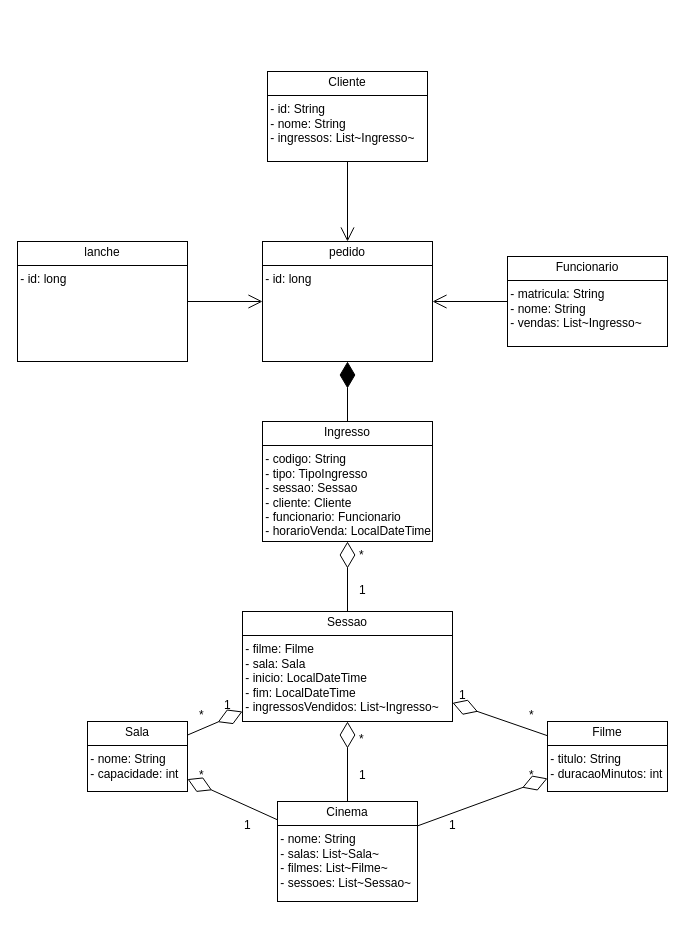
Above: src/Cinema.drawio in HugoParzival007/Cinema (draw.io), before the change. Source tidied: cells renumbered, new cells numbered last; positions are measured from the earlier drawing's top-left corner, leaving out a move shared by most shapes. Both pictures are drawn from the tidied source at 100%, with x=0, y=0 at pixel (17, 71).
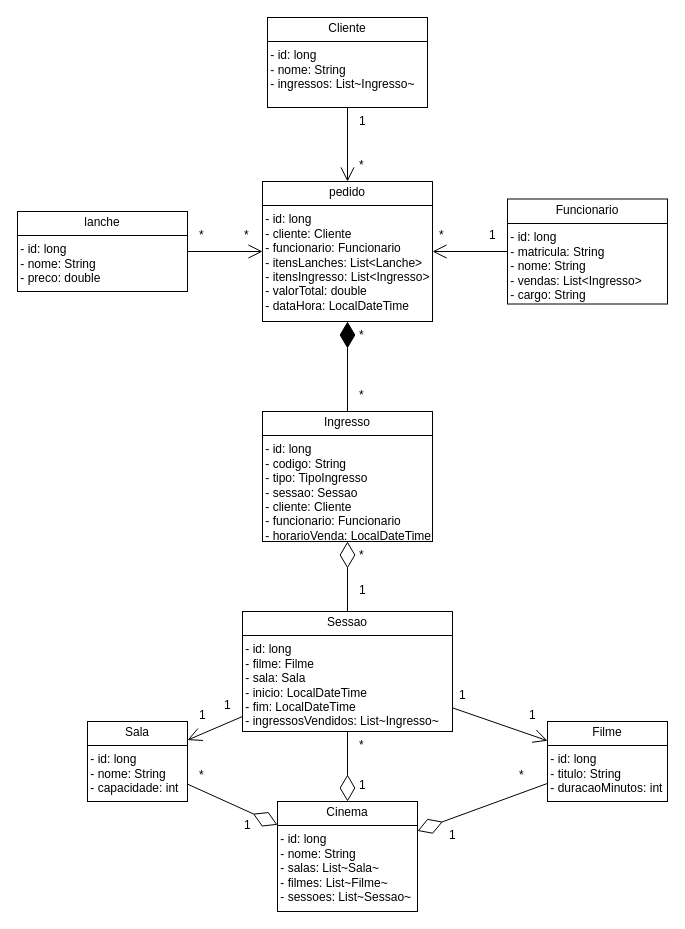
The same page after the edit.

The edit, as a diff of the source:
```diff
@@
-    <mxCell id="2" value="&lt;p style=&quot;margin:0px;margin-top:4px;text-align:center;&quot;&gt;Cliente&lt;/p&gt;&lt;hr size=&quot;1&quot; style=&quot;border-style:solid;&quot;&gt;&lt;div class=&quot;cm-line&quot;&gt;&amp;nbsp;- id: String&lt;/div&gt;&lt;div class=&quot;cm-line&quot;&gt;&amp;nbsp;- nome: String&lt;/div&gt;&lt;div class=&quot;cm-line&quot;&gt;&amp;nbsp;- ingressos: List~Ingresso~&lt;/div&gt;" style="verticalAlign=top;align=left;overflow=fill;html=1;whiteSpace=wrap;" parent="1" vertex="1">
-      <mxGeometry x="250" width="160" height="90" as="geometry" />
+    <mxCell id="2" value="&lt;p style=&quot;margin:0px;margin-top:4px;text-align:center;&quot;&gt;Cliente&lt;/p&gt;&lt;hr size=&quot;1&quot; style=&quot;border-style:solid;&quot;&gt;&lt;div class=&quot;cm-line&quot;&gt;&amp;nbsp;- id: long&lt;/div&gt;&lt;div class=&quot;cm-line&quot;&gt;&amp;nbsp;- nome: String&lt;/div&gt;&lt;div class=&quot;cm-line&quot;&gt;&amp;nbsp;- ingressos: List~Ingresso~&lt;/div&gt;" style="verticalAlign=top;align=left;overflow=fill;html=1;whiteSpace=wrap;" parent="1" vertex="1">
+      <mxGeometry x="250" y="-54" width="160" height="90" as="geometry" />
     </mxCell>
-    <mxCell id="3" value="&lt;p style=&quot;margin:0px;margin-top:4px;text-align:center;&quot;&gt;Filme&lt;/p&gt;&lt;hr size=&quot;1&quot; style=&quot;border-style:solid;&quot;&gt;&lt;div class=&quot;cm-line&quot;&gt;&amp;nbsp;- titulo: String&lt;/div&gt;&lt;div class=&quot;cm-line&quot;&gt;&amp;nbsp;- duracaoMinutos: int&lt;/div&gt;&lt;div class=&quot;cm-line&quot;&gt;&lt;br&gt;&lt;/div&gt;" style="verticalAlign=top;align=left;overflow=fill;html=1;whiteSpace=wrap;" parent="1" vertex="1">
-      <mxGeometry x="530" y="650" width="120" height="70" as="geometry" />
+    <mxCell id="3" value="&lt;p style=&quot;margin:0px;margin-top:4px;text-align:center;&quot;&gt;Filme&lt;/p&gt;&lt;hr size=&quot;1&quot; style=&quot;border-style:solid;&quot;&gt;&lt;div class=&quot;cm-line&quot;&gt;&amp;nbsp;- id: long&lt;/div&gt;&lt;div class=&quot;cm-line&quot;&gt;&amp;nbsp;- titulo: String&lt;/div&gt;&lt;div class=&quot;cm-line&quot;&gt;&amp;nbsp;- duracaoMinutos: int&lt;/div&gt;&lt;div class=&quot;cm-line&quot;&gt;&lt;br&gt;&lt;/div&gt;" style="verticalAlign=top;align=left;overflow=fill;html=1;whiteSpace=wrap;" parent="1" vertex="1">
+      <mxGeometry x="530" y="650" width="120" height="80" as="geometry" />
     </mxCell>
-    <mxCell id="4" value="&lt;p style=&quot;margin:0px;margin-top:4px;text-align:center;&quot;&gt;Sala&lt;/p&gt;&lt;hr size=&quot;1&quot; style=&quot;border-style:solid;&quot;&gt;&lt;div class=&quot;cm-line&quot;&gt;&amp;nbsp;- nome: String&lt;/div&gt;&lt;div class=&quot;cm-line&quot;&gt;&amp;nbsp;- capacidade: int&lt;/div&gt;" style="verticalAlign=top;align=left;overflow=fill;html=1;whiteSpace=wrap;" parent="1" vertex="1">
-      <mxGeometry x="70" y="650" width="100" height="70" as="geometry" />
+    <mxCell id="4" value="&lt;p style=&quot;margin:0px;margin-top:4px;text-align:center;&quot;&gt;Sala&lt;/p&gt;&lt;hr size=&quot;1&quot; style=&quot;border-style:solid;&quot;&gt;&lt;div class=&quot;cm-line&quot;&gt;&amp;nbsp;- id: long&lt;/div&gt;&lt;div class=&quot;cm-line&quot;&gt;&amp;nbsp;- nome: String&lt;/div&gt;&lt;div class=&quot;cm-line&quot;&gt;&amp;nbsp;- capacidade: int&lt;/div&gt;" style="verticalAlign=top;align=left;overflow=fill;html=1;whiteSpace=wrap;" parent="1" vertex="1">
+      <mxGeometry x="70" y="650" width="100" height="80" as="geometry" />
     </mxCell>
-    <mxCell id="5" value="&lt;p style=&quot;margin:0px;margin-top:4px;text-align:center;&quot;&gt;Sessao&lt;/p&gt;&lt;hr size=&quot;1&quot; style=&quot;border-style:solid;&quot;&gt;&lt;div class=&quot;cm-line&quot;&gt;&amp;nbsp;- filme: Filme&lt;/div&gt;&lt;div class=&quot;cm-line&quot;&gt;&amp;nbsp;- sala: Sala&lt;/div&gt;&lt;div class=&quot;cm-line&quot;&gt;&amp;nbsp;- inicio: LocalDateTime&lt;/div&gt;&lt;div class=&quot;cm-line&quot;&gt;&amp;nbsp;- fim: LocalDateTime&lt;/div&gt;&lt;div class=&quot;cm-line&quot;&gt;&amp;nbsp;- ingressosVendidos: List~Ingresso~&lt;/div&gt;" style="verticalAlign=top;align=left;overflow=fill;html=1;whiteSpace=wrap;" parent="1" vertex="1">
-      <mxGeometry x="225" y="540" width="210" height="110" as="geometry" />
+    <mxCell id="5" value="&lt;p style=&quot;margin:0px;margin-top:4px;text-align:center;&quot;&gt;Sessao&lt;/p&gt;&lt;hr size=&quot;1&quot; style=&quot;border-style:solid;&quot;&gt;&lt;div class=&quot;cm-line&quot;&gt;&amp;nbsp;- id: long&lt;/div&gt;&lt;div class=&quot;cm-line&quot;&gt;&amp;nbsp;- filme: Filme&lt;/div&gt;&lt;div class=&quot;cm-line&quot;&gt;&amp;nbsp;- sala: Sala&lt;/div&gt;&lt;div class=&quot;cm-line&quot;&gt;&amp;nbsp;- inicio: LocalDateTime&lt;/div&gt;&lt;div class=&quot;cm-line&quot;&gt;&amp;nbsp;- fim: LocalDateTime&lt;/div&gt;&lt;div class=&quot;cm-line&quot;&gt;&amp;nbsp;- ingressosVendidos: List~Ingresso~&lt;/div&gt;" style="verticalAlign=top;align=left;overflow=fill;html=1;whiteSpace=wrap;" parent="1" vertex="1">
+      <mxGeometry x="225" y="540" width="210" height="120" as="geometry" />
     </mxCell>
-    <mxCell id="6" value="&lt;p style=&quot;margin:0px;margin-top:4px;text-align:center;&quot;&gt;Ingresso&lt;/p&gt;&lt;hr size=&quot;1&quot; style=&quot;border-style:solid;&quot;&gt;&lt;div class=&quot;cm-line&quot;&gt;&amp;nbsp;- codigo: String&lt;/div&gt;&lt;div class=&quot;cm-line&quot;&gt;&amp;nbsp;- tipo: TipoIngresso&lt;/div&gt;&lt;div class=&quot;cm-line&quot;&gt;&amp;nbsp;- sessao: Sessao&lt;/div&gt;&lt;div class=&quot;cm-line&quot;&gt;&amp;nbsp;- cliente: Cliente&lt;/div&gt;&lt;div class=&quot;cm-line&quot;&gt;&amp;nbsp;- funcionario: Funcionario&lt;/div&gt;&lt;div class=&quot;cm-line&quot;&gt;&amp;nbsp;- horarioVenda: LocalDateTime&lt;/div&gt;" style="verticalAlign=top;align=left;overflow=fill;html=1;whiteSpace=wrap;" parent="1" vertex="1">
-      <mxGeometry x="245" y="350" width="170" height="120" as="geometry" />
+    <mxCell id="6" value="&lt;p style=&quot;margin:0px;margin-top:4px;text-align:center;&quot;&gt;Ingresso&lt;/p&gt;&lt;hr size=&quot;1&quot; style=&quot;border-style:solid;&quot;&gt;&lt;div class=&quot;cm-line&quot;&gt;&amp;nbsp;- id: long&lt;/div&gt;&lt;div class=&quot;cm-line&quot;&gt;&amp;nbsp;- codigo: String&lt;/div&gt;&lt;div class=&quot;cm-line&quot;&gt;&amp;nbsp;- tipo: TipoIngresso&lt;/div&gt;&lt;div class=&quot;cm-line&quot;&gt;&amp;nbsp;- sessao: Sessao&lt;/div&gt;&lt;div class=&quot;cm-line&quot;&gt;&amp;nbsp;- cliente: Cliente&lt;/div&gt;&lt;div class=&quot;cm-line&quot;&gt;&amp;nbsp;- funcionario: Funcionario&lt;/div&gt;&lt;div class=&quot;cm-line&quot;&gt;&amp;nbsp;- horarioVenda: LocalDateTime&lt;/div&gt;" style="verticalAlign=top;align=left;overflow=fill;html=1;whiteSpace=wrap;" parent="1" vertex="1">
+      <mxGeometry x="245" y="340" width="170" height="130" as="geometry" />
     </mxCell>
-    <mxCell id="7" value="&lt;p style=&quot;margin:0px;margin-top:4px;text-align:center;&quot;&gt;Funcionario&lt;/p&gt;&lt;hr size=&quot;1&quot; style=&quot;border-style:solid;&quot;&gt;&lt;div class=&quot;cm-line&quot;&gt;&amp;nbsp;- matricula: String&lt;/div&gt;&lt;div class=&quot;cm-line&quot;&gt;&amp;nbsp;- nome: String&lt;/div&gt;&lt;div class=&quot;cm-line&quot;&gt;&amp;nbsp;- vendas: List~Ingresso~&lt;/div&gt;" style="verticalAlign=top;align=left;overflow=fill;html=1;whiteSpace=wrap;" parent="1" vertex="1">
-      <mxGeometry x="490" y="185" width="160" height="90" as="geometry" />
+    <mxCell id="7" value="&lt;p style=&quot;margin:0px;margin-top:4px;text-align:center;&quot;&gt;Funcionario&lt;/p&gt;&lt;hr size=&quot;1&quot; style=&quot;border-style:solid;&quot;&gt;&lt;div class=&quot;cm-line&quot;&gt;&amp;nbsp;&lt;span style=&quot;background-color: transparent; color: light-dark(rgb(0, 0, 0), rgb(255, 255, 255));&quot;&gt;- id: long&lt;/span&gt;&lt;/div&gt;&lt;div class=&quot;cm-line&quot;&gt;&amp;nbsp;- matricula: String&lt;/div&gt;&lt;div class=&quot;cm-line&quot;&gt;&amp;nbsp;- nome: String&lt;/div&gt;&lt;div class=&quot;cm-line&quot;&gt;&amp;nbsp;- vendas: List&amp;lt;Ingresso&amp;gt;&lt;/div&gt;&lt;div class=&quot;cm-line&quot;&gt;&amp;nbsp;- cargo: String&lt;/div&gt;&lt;div class=&quot;cm-line&quot;&gt;&lt;br&gt;&lt;/div&gt;" style="verticalAlign=top;align=left;overflow=fill;html=1;whiteSpace=wrap;" parent="1" vertex="1">
+      <mxGeometry x="490" y="127.5" width="160" height="105" as="geometry" />
     </mxCell>
-    <mxCell id="8" value="&lt;p style=&quot;margin:0px;margin-top:4px;text-align:center;&quot;&gt;Cinema&lt;/p&gt;&lt;hr size=&quot;1&quot; style=&quot;border-style:solid;&quot;&gt;&lt;div class=&quot;cm-line&quot;&gt;&amp;nbsp;- nome: String&lt;/div&gt;&lt;div class=&quot;cm-line&quot;&gt;&amp;nbsp;- salas: List~Sala~&lt;/div&gt;&lt;div class=&quot;cm-line&quot;&gt;&amp;nbsp;- filmes: List~Filme~&lt;/div&gt;&lt;div class=&quot;cm-line&quot;&gt;&amp;nbsp;- sessoes: List~Sessao~&lt;/div&gt;" style="verticalAlign=top;align=left;overflow=fill;html=1;whiteSpace=wrap;" parent="1" vertex="1">
-      <mxGeometry x="260" y="730" width="140" height="100" as="geometry" />
+    <mxCell id="8" value="&lt;p style=&quot;margin:0px;margin-top:4px;text-align:center;&quot;&gt;Cinema&lt;/p&gt;&lt;hr size=&quot;1&quot; style=&quot;border-style:solid;&quot;&gt;&lt;div class=&quot;cm-line&quot;&gt;&amp;nbsp;- id: long&lt;/div&gt;&lt;div class=&quot;cm-line&quot;&gt;&amp;nbsp;- nome: String&lt;/div&gt;&lt;div class=&quot;cm-line&quot;&gt;&amp;nbsp;- salas: List~Sala~&lt;/div&gt;&lt;div class=&quot;cm-line&quot;&gt;&amp;nbsp;- filmes: List~Filme~&lt;/div&gt;&lt;div class=&quot;cm-line&quot;&gt;&amp;nbsp;- sessoes: List~Sessao~&lt;/div&gt;" style="verticalAlign=top;align=left;overflow=fill;html=1;whiteSpace=wrap;" parent="1" vertex="1">
+      <mxGeometry x="260" y="730" width="140" height="110" as="geometry" />
     </mxCell>
-    <mxCell id="9" style="endArrow=diamondThin;endFill=0;endSize=24;html=1;rounded=0;" parent="1" edge="1" source="8" target="4">
+    <mxCell id="9" style="endArrow=diamondThin;endFill=0;endSize=24;html=1;rounded=0;" parent="1" edge="1" source="4" target="8">
       <mxGeometry relative="1" as="geometry" />
     </mxCell>
-    <mxCell id="10" style="endArrow=diamondThin;endFill=0;endSize=24;html=1;rounded=0;" parent="1" edge="1" source="8" target="3">
+    <mxCell id="10" style="endArrow=diamondThin;endFill=0;endSize=24;html=1;rounded=0;" parent="1" edge="1" source="3" target="8">
       <mxGeometry relative="1" as="geometry" />
     </mxCell>
-    <mxCell id="11" style="endArrow=diamondThin;endFill=0;endSize=24;html=1;rounded=0;" parent="1" edge="1" source="8" target="5">
+    <mxCell id="11" style="endArrow=diamondThin;endFill=0;endSize=24;html=1;rounded=0;" parent="1" edge="1" source="5" target="8">
       <mxGeometry relative="1" as="geometry" />
     </mxCell>
@@
     <mxCell id="14" value="1" style="text;whiteSpace=wrap;html=1;" parent="1" vertex="1">
-      <mxGeometry x="430" y="740" width="40" height="40" as="geometry" />
+      <mxGeometry x="430" y="750" width="40" height="40" as="geometry" />
     </mxCell>
     <mxCell id="15" value="1" style="text;whiteSpace=wrap;html=1;" parent="1" vertex="1">
-      <mxGeometry x="340" y="690" width="40" height="40" as="geometry" />
+      <mxGeometry x="340" y="700" width="40" height="40" as="geometry" />
     </mxCell>
@@
-    <mxCell id="20" value="&#10;*&#10;&#10;" style="text;whiteSpace=wrap;html=1;" parent="1" vertex="1">
-      <mxGeometry x="340" y="640" width="40" height="40" as="geometry" />
+    <mxCell id="20" value="*" style="text;whiteSpace=wrap;html=1;" parent="1" vertex="1">
+      <mxGeometry x="340" y="660" width="40" height="40" as="geometry" />
     </mxCell>
     <mxCell id="21" value="*" style="text;whiteSpace=wrap;html=1;" parent="1" vertex="1">
-      <mxGeometry x="510" y="690" width="40" height="40" as="geometry" />
+      <mxGeometry x="500" y="690" width="40" height="40" as="geometry" />
     </mxCell>
-    <mxCell id="22" value="&lt;div&gt;*&lt;/div&gt;" style="text;whiteSpace=wrap;html=1;" parent="1" vertex="1">
+    <mxCell id="22" value="&lt;div&gt;1&lt;/div&gt;" style="text;whiteSpace=wrap;html=1;" parent="1" vertex="1">
       <mxGeometry x="510" y="630" width="40" height="40" as="geometry" />
     </mxCell>
-    <mxCell id="23" value="*" style="text;whiteSpace=wrap;html=1;" parent="1" vertex="1">
+    <mxCell id="23" value="1" style="text;whiteSpace=wrap;html=1;" parent="1" vertex="1">
       <mxGeometry x="180" y="630" width="40" height="40" as="geometry" />
     </mxCell>
@@
-    <mxCell id="25" value="&lt;p style=&quot;margin:0px;margin-top:4px;text-align:center;&quot;&gt;pedido&lt;/p&gt;&lt;hr size=&quot;1&quot; style=&quot;border-style:solid;&quot;&gt;&lt;div class=&quot;cm-line&quot;&gt;&amp;nbsp;- id: long&lt;/div&gt;" style="verticalAlign=top;align=left;overflow=fill;html=1;whiteSpace=wrap;" parent="1" vertex="1">
-      <mxGeometry x="245" y="170" width="170" height="120" as="geometry" />
+    <mxCell id="25" value="&lt;p style=&quot;margin:0px;margin-top:4px;text-align:center;&quot;&gt;pedido&lt;/p&gt;&lt;hr size=&quot;1&quot; style=&quot;border-style:solid;&quot;&gt;&lt;div class=&quot;cm-line&quot;&gt;&amp;nbsp;- id: long&lt;/div&gt;&lt;div class=&quot;cm-line&quot;&gt;&amp;nbsp;- cliente: Cliente&lt;/div&gt;&lt;div class=&quot;cm-line&quot;&gt;&amp;nbsp;- funcionario: Funcionario&lt;br&gt;&amp;nbsp;- itensLanches: List&amp;lt;Lanche&amp;gt;&lt;/div&gt;&lt;div class=&quot;cm-line&quot;&gt;&amp;nbsp;- itensIngresso: List&amp;lt;Ingresso&amp;gt;&lt;/div&gt;&lt;div class=&quot;cm-line&quot;&gt;&amp;nbsp;- valorTotal: double&lt;/div&gt;&lt;div class=&quot;cm-line&quot;&gt;&amp;nbsp;- dataHora: LocalDateTime&lt;/div&gt;&lt;div class=&quot;cm-line&quot;&gt;&lt;br&gt;&lt;/div&gt;" style="verticalAlign=top;align=left;overflow=fill;html=1;whiteSpace=wrap;" parent="1" vertex="1">
+      <mxGeometry x="245" y="110" width="170" height="140" as="geometry" />
     </mxCell>
@@
-    <mxCell id="29" value="&lt;p style=&quot;margin:0px;margin-top:4px;text-align:center;&quot;&gt;lanche&lt;/p&gt;&lt;hr size=&quot;1&quot; style=&quot;border-style:solid;&quot;&gt;&lt;div class=&quot;cm-line&quot;&gt;&amp;nbsp;- id: long&lt;/div&gt;" style="verticalAlign=top;align=left;overflow=fill;html=1;whiteSpace=wrap;" parent="1" vertex="1">
-      <mxGeometry y="170" width="170" height="120" as="geometry" />
+    <mxCell id="29" value="&lt;p style=&quot;margin:0px;margin-top:4px;text-align:center;&quot;&gt;lanche&lt;/p&gt;&lt;hr size=&quot;1&quot; style=&quot;border-style:solid;&quot;&gt;&lt;div class=&quot;cm-line&quot;&gt;&amp;nbsp;- id: long&lt;/div&gt;&lt;div class=&quot;cm-line&quot;&gt;&amp;nbsp;- nome: String&lt;/div&gt;&lt;div class=&quot;cm-line&quot;&gt;&amp;nbsp;- preco: double&lt;br&gt;&lt;br&gt;&lt;/div&gt;" style="verticalAlign=top;align=left;overflow=fill;html=1;whiteSpace=wrap;" parent="1" vertex="1">
+      <mxGeometry y="140" width="170" height="80" as="geometry" />
     </mxCell>
@@
-    <mxCell id="31" style="endArrow=diamondThin;endFill=0;endSize=24;html=1;rounded=0;" parent="1" edge="1" source="4" target="5">
-      <mxGeometry relative="1" as="geometry" />
-    </mxCell>
-    <mxCell id="32" style="endArrow=diamondThin;endFill=0;endSize=24;html=1;rounded=0;" parent="1" edge="1" source="3" target="5">
-      <mxGeometry relative="1" as="geometry" />
-    </mxCell>
+    <mxCell id="33" style="endArrow=open;endFill=1;endSize=12;html=1;rounded=0;" parent="1" edge="1" source="5" target="3">
+      <mxGeometry relative="1" as="geometry" />
+    </mxCell>
+    <mxCell id="34" style="endArrow=open;endFill=1;endSize=12;html=1;rounded=0;" parent="1" edge="1" source="5" target="4">
+      <mxGeometry relative="1" as="geometry" />
+    </mxCell>
+    <mxCell id="35" value="*" style="text;whiteSpace=wrap;html=1;" parent="1" vertex="1">
+      <mxGeometry x="340" y="80" width="40" height="40" as="geometry" />
+    </mxCell>
+    <mxCell id="36" value="1" style="text;whiteSpace=wrap;html=1;" parent="1" vertex="1">
+      <mxGeometry x="340" y="36" width="40" height="40" as="geometry" />
+    </mxCell>
+    <mxCell id="37" value="1" style="text;whiteSpace=wrap;html=1;" parent="1" vertex="1">
+      <mxGeometry x="470" y="150" width="40" height="40" as="geometry" />
+    </mxCell>
+    <mxCell id="38" value="*" style="text;whiteSpace=wrap;html=1;" parent="1" vertex="1">
+      <mxGeometry x="420" y="150" width="40" height="40" as="geometry" />
+    </mxCell>
+    <mxCell id="39" value="*" style="text;whiteSpace=wrap;html=1;" parent="1" vertex="1">
+      <mxGeometry x="180" y="150" width="40" height="40" as="geometry" />
+    </mxCell>
+    <mxCell id="40" value="*" style="text;whiteSpace=wrap;html=1;" parent="1" vertex="1">
+      <mxGeometry x="225" y="150" width="40" height="40" as="geometry" />
+    </mxCell>
+    <mxCell id="41" value="*" style="text;whiteSpace=wrap;html=1;" parent="1" vertex="1">
+      <mxGeometry x="340" y="250" width="40" height="40" as="geometry" />
+    </mxCell>
+    <mxCell id="42" value="*" style="text;whiteSpace=wrap;html=1;" parent="1" vertex="1">
+      <mxGeometry x="340" y="310" width="40" height="40" as="geometry" />
+    </mxCell>
```
